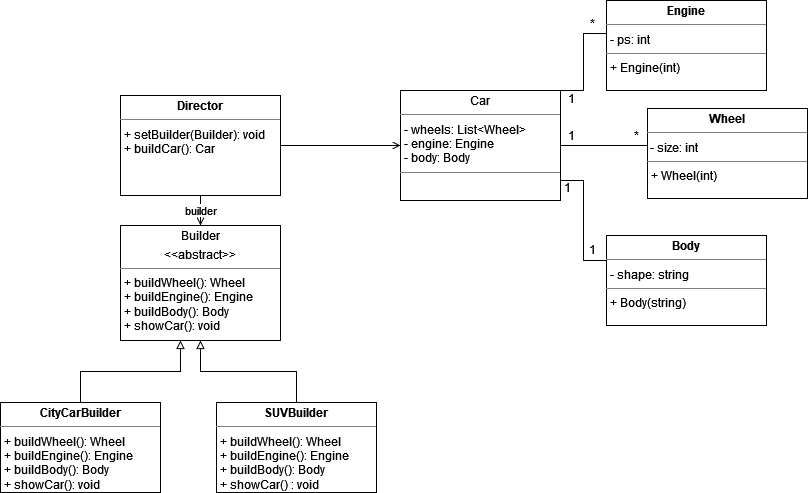
The draw.io diagram Builder/car_builder.png in clstaudt/cpp-patterns, before a commit. Source tidied: cells renumbered, new cells last; positions are measured from the earlier drawing's top-left corner, leaving out a move shared by most shapes.
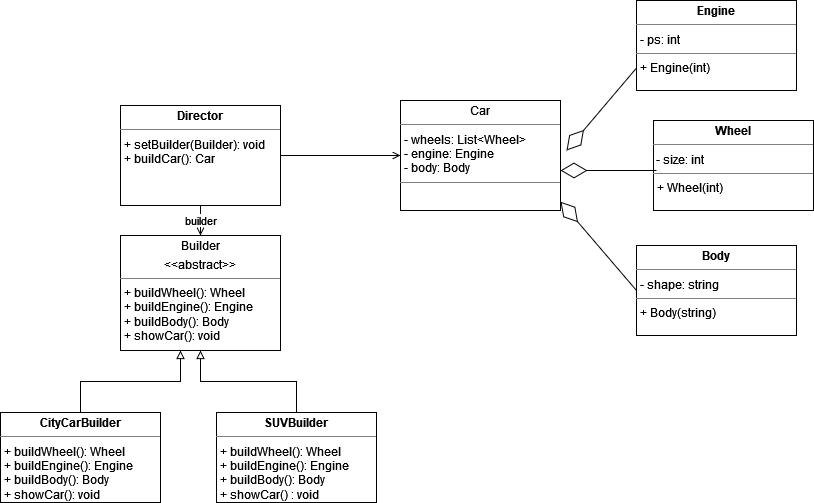
The same diagram one commit later.

What changed in the source:
```diff
@@ -11,26 +11,6 @@
     <mxCell id="4" value="&lt;p style=&quot;margin:0px;margin-top:4px;text-align:center;&quot;&gt;&lt;b&gt;Director&lt;/b&gt;&lt;/p&gt;&lt;hr size=&quot;1&quot;&gt;&lt;p style=&quot;margin:0px;margin-left:4px;&quot;&gt;+ setBuilder(Builder): void&lt;/p&gt;&lt;p style=&quot;margin:0px;margin-left:4px;&quot;&gt;+ buildCar(): Car&lt;br&gt;&lt;/p&gt;" style="verticalAlign=top;align=left;overflow=fill;fontSize=12;fontFamily=Helvetica;html=1;" parent="1" vertex="1">
       <mxGeometry x="120" y="95" width="160" height="100" as="geometry" />
     </mxCell>
-    <mxCell id="5" style="edgeStyle=orthogonalEdgeStyle;rounded=0;jettySize=auto;html=1;entryX=0.019;entryY=0.411;entryDx=0;entryDy=0;entryPerimeter=0;endArrow=none;endFill=0;startArrow=none;startFill=0;" parent="1" edge="1" source="8" target="15">
-      <mxGeometry relative="1" as="geometry" />
-    </mxCell>
-    <mxCell id="6" style="edgeStyle=orthogonalEdgeStyle;rounded=0;jettySize=auto;html=1;entryX=0.013;entryY=0.367;entryDx=0;entryDy=0;entryPerimeter=0;startArrow=none;startFill=0;endArrow=none;endFill=0;" parent="1" edge="1" source="8" target="14">
-      <mxGeometry relative="1" as="geometry">
-        <Array as="points">
-          <mxPoint x="583" y="90" />
-          <mxPoint x="583" y="33" />
-        </Array>
-      </mxGeometry>
-    </mxCell>
-    <mxCell id="7" style="edgeStyle=orthogonalEdgeStyle;rounded=0;jettySize=auto;html=1;entryX=0;entryY=0.25;entryDx=0;entryDy=0;startArrow=none;startFill=0;endArrow=none;endFill=0;" parent="1" edge="1" source="8" target="16">
-      <mxGeometry relative="1" as="geometry">
-        <Array as="points">
-          <mxPoint x="583" y="180" />
-          <mxPoint x="583" y="260" />
-          <mxPoint x="606" y="260" />
-        </Array>
-      </mxGeometry>
-    </mxCell>
     <mxCell id="8" value="&lt;p style=&quot;margin:0px;margin-top:4px;text-align:center;&quot;&gt;Car&lt;/p&gt;&lt;hr size=&quot;1&quot;&gt;&lt;p style=&quot;margin:0px;margin-left:4px;&quot;&gt;- wheels: List&amp;lt;Wheel&amp;gt;&lt;/p&gt;&lt;p style=&quot;margin:0px;margin-left:4px;&quot;&gt;- engine: Engine&lt;/p&gt;&lt;p style=&quot;margin:0px;margin-left:4px;&quot;&gt;- body: Body&lt;br&gt;&lt;/p&gt;&lt;hr size=&quot;1&quot;&gt;" style="verticalAlign=top;align=left;overflow=fill;fontSize=12;fontFamily=Helvetica;html=1;" parent="1" vertex="1">
       <mxGeometry x="400" y="90" width="160" height="110" as="geometry" />
     </mxCell>
@@ -52,31 +32,29 @@
       <mxGeometry x="216" y="402" width="160" height="90" as="geometry" />
     </mxCell>
     <mxCell id="14" value="&lt;p style=&quot;margin:0px;margin-top:4px;text-align:center;&quot;&gt;&lt;b&gt;Engine&lt;/b&gt;&lt;/p&gt;&lt;hr size=&quot;1&quot;&gt;&lt;p style=&quot;margin:0px;margin-left:4px;&quot;&gt;- ps: int&lt;br&gt;&lt;/p&gt;&lt;hr size=&quot;1&quot;&gt;&lt;p style=&quot;margin:0px;margin-left:4px;&quot;&gt;+ Engine(int)&lt;br&gt;&lt;/p&gt;" style="verticalAlign=top;align=left;overflow=fill;fontSize=12;fontFamily=Helvetica;html=1;" parent="1" vertex="1">
-      <mxGeometry x="606" width="160" height="90" as="geometry" />
+      <mxGeometry x="636" y="-10" width="160" height="90" as="geometry" />
     </mxCell>
     <mxCell id="15" value="&lt;p style=&quot;margin:0px;margin-top:4px;text-align:center;&quot;&gt;&lt;b&gt;Wheel&lt;/b&gt;&lt;/p&gt;&lt;hr size=&quot;1&quot;&gt;&amp;nbsp;- size: int&lt;br&gt;&lt;hr size=&quot;1&quot;&gt;&lt;p style=&quot;margin:0px;margin-left:4px;&quot;&gt;+ Wheel(int)&lt;br&gt;&lt;/p&gt;" style="verticalAlign=top;align=left;overflow=fill;fontSize=12;fontFamily=Helvetica;html=1;" parent="1" vertex="1">
-      <mxGeometry x="647" y="108" width="160" height="90" as="geometry" />
+      <mxGeometry x="653" y="110" width="160" height="90" as="geometry" />
     </mxCell>
     <mxCell id="16" value="&lt;p style=&quot;margin:0px;margin-top:4px;text-align:center;&quot;&gt;&lt;b&gt;Body&lt;/b&gt;&lt;/p&gt;&lt;hr size=&quot;1&quot;&gt;&lt;p style=&quot;margin:0px;margin-left:4px;&quot;&gt;- shape: string&lt;br&gt;&lt;/p&gt;&lt;hr size=&quot;1&quot;&gt;&lt;p style=&quot;margin:0px;margin-left:4px;&quot;&gt;+ Body(string)&lt;br&gt;&lt;/p&gt;" style="verticalAlign=top;align=left;overflow=fill;fontSize=12;fontFamily=Helvetica;html=1;" parent="1" vertex="1">
-      <mxGeometry x="606" y="235" width="160" height="90" as="geometry" />
+      <mxGeometry x="636" y="235" width="160" height="90" as="geometry" />
     </mxCell>
-    <mxCell id="17" value="1" style="text;html=1;align=center;verticalAlign=middle;fillColor=none;strokeColor=none;rounded=0;" parent="1" vertex="1">
-      <mxGeometry x="556" y="120" width="30" height="30" as="geometry" />
-    </mxCell>
-    <mxCell id="18" value="1" style="text;html=1;align=center;verticalAlign=middle;fillColor=none;strokeColor=none;rounded=0;" parent="1" vertex="1">
-      <mxGeometry x="556" y="83" width="30" height="30" as="geometry" />
-    </mxCell>
-    <mxCell id="19" value="1" style="text;html=1;align=center;verticalAlign=middle;fillColor=none;strokeColor=none;rounded=0;" parent="1" vertex="1">
-      <mxGeometry x="552" y="172" width="30" height="30" as="geometry" />
-    </mxCell>
-    <mxCell id="20" value="1" style="text;html=1;align=center;verticalAlign=middle;fillColor=none;strokeColor=none;rounded=0;" parent="1" vertex="1">
-      <mxGeometry x="577" y="234" width="30" height="30" as="geometry" />
-    </mxCell>
-    <mxCell id="21" value="*" style="text;html=1;align=center;verticalAlign=middle;fillColor=none;strokeColor=none;rounded=0;" parent="1" vertex="1">
-      <mxGeometry x="621" y="120" width="30" height="30" as="geometry" />
-    </mxCell>
-    <mxCell id="22" value="*" style="text;html=1;align=center;verticalAlign=middle;fillColor=none;strokeColor=none;rounded=0;" parent="1" vertex="1">
-      <mxGeometry x="577" y="8" width="30" height="30" as="geometry" />
-    </mxCell>
+    <mxCell id="23" style="endArrow=diamondThin;endFill=0;endSize=24;html=1;rounded=0;" parent="1" edge="1">
+      <mxGeometry relative="1" as="geometry">
+        <mxPoint x="656" y="160" as="sourcePoint" />
+        <mxPoint x="560" y="160" as="targetPoint" />
+      </mxGeometry>
+    </mxCell>
+    <mxCell id="24" style="endArrow=diamondThin;endFill=0;endSize=24;html=1;rounded=0;exitX=0;exitY=0.75;exitDx=0;exitDy=0;" parent="1" edge="1" source="14">
+      <mxGeometry relative="1" as="geometry">
+        <mxPoint x="566" y="140" as="targetPoint" />
+      </mxGeometry>
+    </mxCell>
+    <mxCell id="25" style="endArrow=diamondThin;endFill=0;endSize=24;html=1;rounded=0;exitX=0;exitY=0.5;exitDx=0;exitDy=0;" parent="1" edge="1" source="16">
+      <mxGeometry relative="1" as="geometry">
+        <mxPoint x="560" y="191.2" as="targetPoint" />
+      </mxGeometry>
+    </mxCell>
   </root>
 </mxGraphModel>
```
